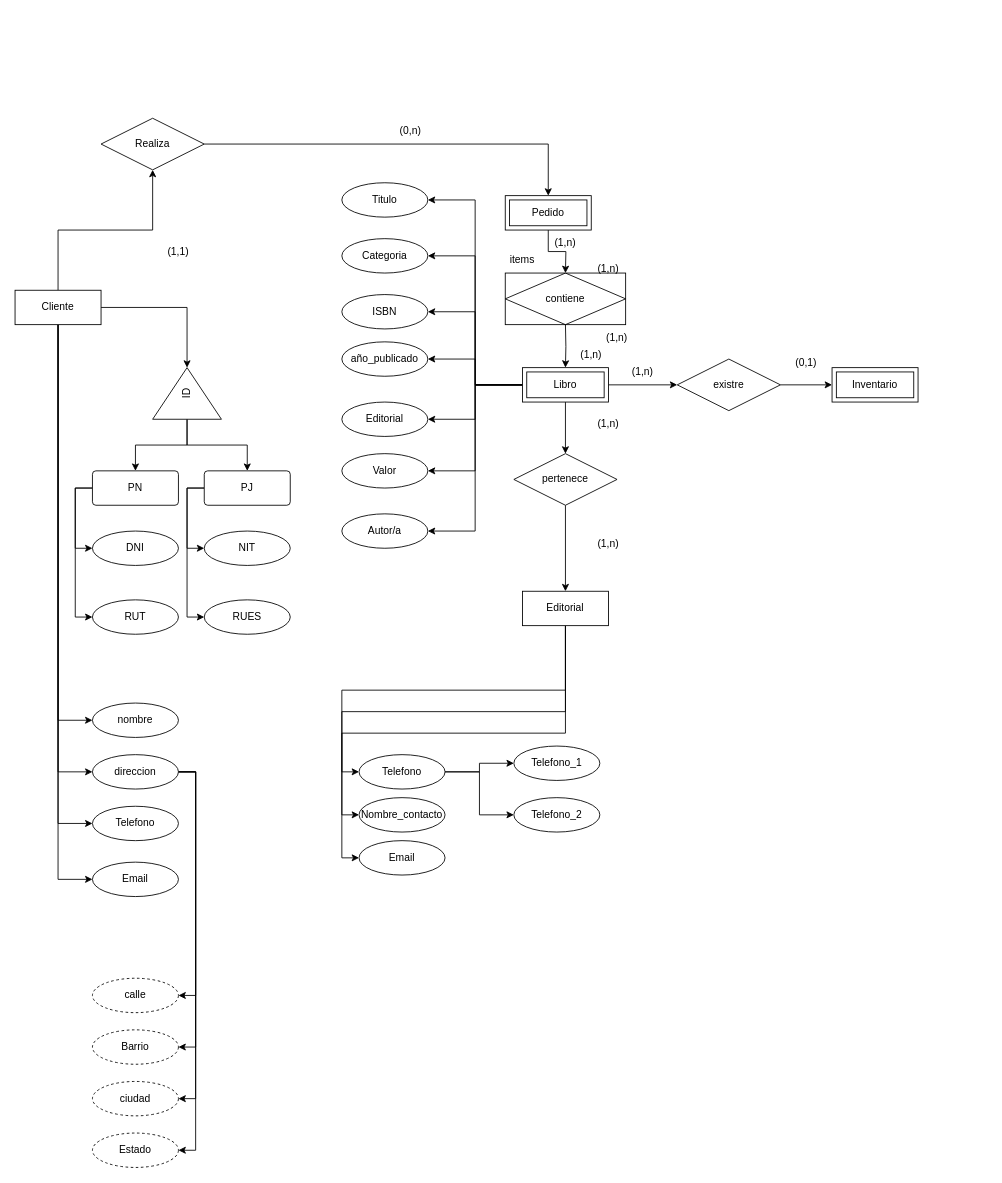
The draw.io diagram Manejo de bases de datos.drawio in lucaperez123/CursoAlura, before the edit. Source tidied: cells renumbered, new cells numbered last; positions are measured from the earlier drawing's top-left corner, leaving out a move shared by most shapes. Both pictures are drawn from the tidied source at 86%, with x=0, y=0 at pixel (15, 118).
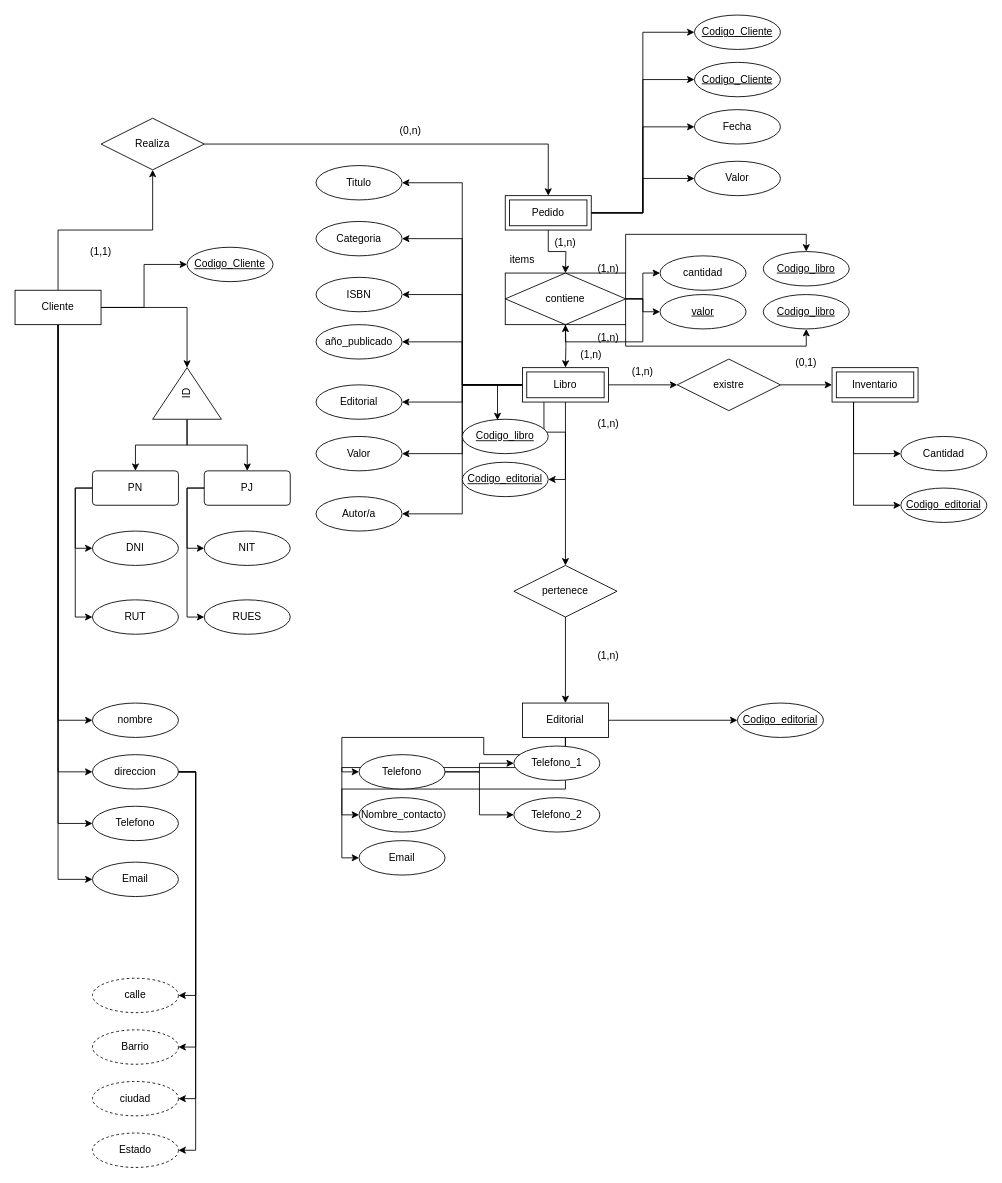
After the change.

Commit message:
colocamos las llaves de atributos

The change refers to these unchanged cells:
```xml
<mxCell id="8" value="Cliente" style="whiteSpace=wrap;html=1;align=center;" parent="1" vertex="1">
  <mxGeometry y="200" width="100" height="40" as="geometry" />
</mxCell>
<mxCell id="10" value="Pedido" style="shape=ext;margin=3;double=1;whiteSpace=wrap;html=1;align=center;" parent="1" vertex="1">
  <mxGeometry x="570" y="90" width="100" height="40" as="geometry" />
</mxCell>
<mxCell id="24" value="Libro" style="shape=ext;margin=3;double=1;whiteSpace=wrap;html=1;align=center;" parent="1" vertex="1">
  <mxGeometry x="590" y="290" width="100" height="40" as="geometry" />
</mxCell>
<mxCell id="25" value="Inventario" style="shape=ext;margin=3;double=1;whiteSpace=wrap;html=1;align=center;" parent="1" vertex="1">
  <mxGeometry x="950" y="290" width="100" height="40" as="geometry" />
</mxCell>
<mxCell id="41" value="contiene" style="shape=associativeEntity;whiteSpace=wrap;html=1;align=center;" parent="1" vertex="1">
  <mxGeometry x="570" y="180" width="140" height="60" as="geometry" />
</mxCell>
```

The edit, as a diff of the source:
```diff
@@
+    <mxCell id="85" style="edgeStyle=orthogonalEdgeStyle;rounded=0;jettySize=auto;html=1;exitX=1;exitY=0.5;exitDx=0;exitDy=0;entryX=0;entryY=0.5;entryDx=0;entryDy=0;" parent="1" edge="1" source="8" target="98">
+      <mxGeometry relative="1" as="geometry" />
+    </mxCell>
@@
+    <mxCell id="86" style="edgeStyle=orthogonalEdgeStyle;rounded=0;jettySize=auto;html=1;exitX=1;exitY=0.5;exitDx=0;exitDy=0;entryX=0;entryY=0.5;entryDx=0;entryDy=0;" parent="1" edge="1" source="10" target="100">
+      <mxGeometry relative="1" as="geometry" />
+    </mxCell>
+    <mxCell id="87" style="edgeStyle=orthogonalEdgeStyle;rounded=0;jettySize=auto;html=1;exitX=1;exitY=0.5;exitDx=0;exitDy=0;entryX=0;entryY=0.5;entryDx=0;entryDy=0;" parent="1" edge="1" source="10" target="101">
+      <mxGeometry relative="1" as="geometry" />
+    </mxCell>
+    <mxCell id="88" style="edgeStyle=orthogonalEdgeStyle;rounded=0;jettySize=auto;html=1;exitX=1;exitY=0.5;exitDx=0;exitDy=0;entryX=0;entryY=0.5;entryDx=0;entryDy=0;" parent="1" edge="1" source="10" target="102">
+      <mxGeometry relative="1" as="geometry" />
+    </mxCell>
+    <mxCell id="89" style="edgeStyle=orthogonalEdgeStyle;rounded=0;jettySize=auto;html=1;exitX=1;exitY=0.5;exitDx=0;exitDy=0;entryX=0;entryY=0.5;entryDx=0;entryDy=0;" parent="1" edge="1" source="10" target="99">
+      <mxGeometry relative="1" as="geometry" />
+    </mxCell>
@@
+    <mxCell id="90" style="edgeStyle=orthogonalEdgeStyle;rounded=0;jettySize=auto;html=1;exitX=1;exitY=0.5;exitDx=0;exitDy=0;entryX=0;entryY=0.5;entryDx=0;entryDy=0;" parent="1" edge="1" source="14" target="103">
+      <mxGeometry relative="1" as="geometry" />
+    </mxCell>
     <mxCell id="14" value="Editorial" style="whiteSpace=wrap;html=1;align=center;" parent="1" vertex="1">
-      <mxGeometry x="590" y="550" width="100" height="40" as="geometry" />
+      <mxGeometry x="590" y="680" width="100" height="40" as="geometry" />
     </mxCell>
@@
+    <mxCell id="91" style="edgeStyle=orthogonalEdgeStyle;rounded=0;jettySize=auto;html=1;exitX=0.25;exitY=1;exitDx=0;exitDy=0;entryX=1;entryY=0.5;entryDx=0;entryDy=0;" parent="1" edge="1" source="24" target="108">
+      <mxGeometry relative="1" as="geometry" />
+    </mxCell>
@@
+    <mxCell id="92" style="edgeStyle=orthogonalEdgeStyle;rounded=0;jettySize=auto;html=1;exitX=0.25;exitY=1;exitDx=0;exitDy=0;entryX=0;entryY=0.5;entryDx=0;entryDy=0;" parent="1" edge="1" source="25" target="105">
+      <mxGeometry relative="1" as="geometry" />
+    </mxCell>
+    <mxCell id="93" style="edgeStyle=orthogonalEdgeStyle;rounded=0;jettySize=auto;html=1;exitX=0.25;exitY=1;exitDx=0;exitDy=0;entryX=0;entryY=0.5;entryDx=0;entryDy=0;" parent="1" edge="1" source="25" target="104">
+      <mxGeometry relative="1" as="geometry" />
+    </mxCell>
@@
     <mxCell id="28" value="(1,1)" style="text;html=1;align=center;verticalAlign=middle;whiteSpace=wrap;rounded=0;" parent="1" vertex="1">
-      <mxGeometry x="160" y="140" width="60" height="30" as="geometry" />
+      <mxGeometry x="70" y="140" width="60" height="30" as="geometry" />
     </mxCell>
@@
     <mxCell id="34" value="pertenece" style="shape=rhombus;perimeter=rhombusPerimeter;whiteSpace=wrap;html=1;align=center;" parent="1" vertex="1">
-      <mxGeometry x="580" y="390" width="120" height="60" as="geometry" />
+      <mxGeometry x="580" y="520" width="120" height="60" as="geometry" />
     </mxCell>
@@
     <mxCell id="36" value="(1,n)" style="text;html=1;align=center;verticalAlign=middle;whiteSpace=wrap;rounded=0;" parent="1" vertex="1">
-      <mxGeometry x="660" y="480" width="60" height="30" as="geometry" />
+      <mxGeometry x="660" y="610" width="60" height="30" as="geometry" />
     </mxCell>
@@
+    <mxCell id="94" style="edgeStyle=orthogonalEdgeStyle;rounded=0;jettySize=auto;html=1;exitX=1;exitY=0.5;exitDx=0;exitDy=0;entryX=0;entryY=0.5;entryDx=0;entryDy=0;" parent="1" edge="1" source="41" target="106">
+      <mxGeometry relative="1" as="geometry" />
+    </mxCell>
+    <mxCell id="95" style="edgeStyle=orthogonalEdgeStyle;rounded=0;jettySize=auto;html=1;exitX=1;exitY=0.5;exitDx=0;exitDy=0;entryX=0;entryY=0.5;entryDx=0;entryDy=0;" parent="1" edge="1" source="41" target="107">
+      <mxGeometry relative="1" as="geometry" />
+    </mxCell>
+    <mxCell id="96" style="edgeStyle=orthogonalEdgeStyle;rounded=0;jettySize=auto;html=1;exitX=1;exitY=1;exitDx=0;exitDy=0;entryX=0.5;entryY=1;entryDx=0;entryDy=0;" parent="1" edge="1" source="41" target="112">
+      <mxGeometry relative="1" as="geometry" />
+    </mxCell>
+    <mxCell id="97" style="edgeStyle=orthogonalEdgeStyle;rounded=0;jettySize=auto;html=1;exitX=1;exitY=0;exitDx=0;exitDy=0;entryX=0.5;entryY=0;entryDx=0;entryDy=0;" parent="1" edge="1" source="41" target="111">
+      <mxGeometry relative="1" as="geometry" />
+    </mxCell>
@@
     <mxCell id="44" value="(1,n)" style="text;html=1;align=center;verticalAlign=middle;whiteSpace=wrap;rounded=0;" parent="1" vertex="1">
-      <mxGeometry x="670" y="240" width="60" height="30" as="geometry" />
+      <mxGeometry x="660" y="240" width="60" height="30" as="geometry" />
     </mxCell>
@@
     <mxCell id="71" value="Titulo" style="ellipse;whiteSpace=wrap;html=1;align=center;" parent="1" vertex="1">
-      <mxGeometry x="380" y="75" width="100" height="40" as="geometry" />
+      <mxGeometry x="350" y="55" width="100" height="40" as="geometry" />
     </mxCell>
     <mxCell id="72" value="Categoria" style="ellipse;whiteSpace=wrap;html=1;align=center;" parent="1" vertex="1">
-      <mxGeometry x="380" y="140" width="100" height="40" as="geometry" />
+      <mxGeometry x="350" y="120" width="100" height="40" as="geometry" />
     </mxCell>
     <mxCell id="73" value="ISBN" style="ellipse;whiteSpace=wrap;html=1;align=center;" parent="1" vertex="1">
-      <mxGeometry x="380" y="205" width="100" height="40" as="geometry" />
+      <mxGeometry x="350" y="185" width="100" height="40" as="geometry" />
     </mxCell>
     <mxCell id="74" value="año_publicado" style="ellipse;whiteSpace=wrap;html=1;align=center;" parent="1" vertex="1">
-      <mxGeometry x="380" y="260" width="100" height="40" as="geometry" />
+      <mxGeometry x="350" y="240" width="100" height="40" as="geometry" />
     </mxCell>
     <mxCell id="75" value="Editorial" style="ellipse;whiteSpace=wrap;html=1;align=center;" parent="1" vertex="1">
-      <mxGeometry x="380" y="330" width="100" height="40" as="geometry" />
+      <mxGeometry x="350" y="310" width="100" height="40" as="geometry" />
     </mxCell>
     <mxCell id="76" value="Valor" style="ellipse;whiteSpace=wrap;html=1;align=center;" parent="1" vertex="1">
-      <mxGeometry x="380" y="390" width="100" height="40" as="geometry" />
+      <mxGeometry x="350" y="370" width="100" height="40" as="geometry" />
     </mxCell>
     <mxCell id="77" value="Autor/a" style="ellipse;whiteSpace=wrap;html=1;align=center;" parent="1" vertex="1">
-      <mxGeometry x="380" y="460" width="100" height="40" as="geometry" />
+      <mxGeometry x="350" y="440" width="100" height="40" as="geometry" />
     </mxCell>
@@
+    <mxCell id="98" value="Codigo_Cliente" style="ellipse;whiteSpace=wrap;html=1;align=center;fontStyle=4;" parent="1" vertex="1">
+      <mxGeometry x="200" y="150" width="100" height="40" as="geometry" />
+    </mxCell>
+    <mxCell id="99" value="Codigo_Cliente" style="ellipse;whiteSpace=wrap;html=1;align=center;fontStyle=4;" parent="1" vertex="1">
+      <mxGeometry x="790" y="-120" width="100" height="40" as="geometry" />
+    </mxCell>
+    <mxCell id="100" value="Codigo_Cliente" style="ellipse;whiteSpace=wrap;html=1;align=center;fontStyle=4;" parent="1" vertex="1">
+      <mxGeometry x="790" y="-65" width="100" height="40" as="geometry" />
+    </mxCell>
+    <mxCell id="101" value="Fecha" style="ellipse;whiteSpace=wrap;html=1;align=center;" parent="1" vertex="1">
+      <mxGeometry x="790" y="-10" width="100" height="40" as="geometry" />
+    </mxCell>
+    <mxCell id="102" value="Valor" style="ellipse;whiteSpace=wrap;html=1;align=center;" parent="1" vertex="1">
+      <mxGeometry x="790" y="50" width="100" height="40" as="geometry" />
+    </mxCell>
+    <mxCell id="103" value="Codigo_editorial" style="ellipse;whiteSpace=wrap;html=1;align=center;fontStyle=4;" parent="1" vertex="1">
+      <mxGeometry x="840" y="680" width="100" height="40" as="geometry" />
+    </mxCell>
+    <mxCell id="104" value="Codigo_editorial" style="ellipse;whiteSpace=wrap;html=1;align=center;fontStyle=4;" parent="1" vertex="1">
+      <mxGeometry x="1030" y="430" width="100" height="40" as="geometry" />
+    </mxCell>
+    <mxCell id="105" value="Cantidad" style="ellipse;whiteSpace=wrap;html=1;align=center;" parent="1" vertex="1">
+      <mxGeometry x="1030" y="370" width="100" height="40" as="geometry" />
+    </mxCell>
+    <mxCell id="106" value="cantidad" style="ellipse;whiteSpace=wrap;html=1;align=center;" parent="1" vertex="1">
+      <mxGeometry x="750" y="160" width="100" height="40" as="geometry" />
+    </mxCell>
+    <mxCell id="107" value="valor" style="ellipse;whiteSpace=wrap;html=1;align=center;fontStyle=4;" parent="1" vertex="1">
+      <mxGeometry x="750" y="205" width="100" height="40" as="geometry" />
+    </mxCell>
+    <mxCell id="108" value="Codigo_editorial" style="ellipse;whiteSpace=wrap;html=1;align=center;fontStyle=4;" parent="1" vertex="1">
+      <mxGeometry x="520" y="400" width="100" height="40" as="geometry" />
+    </mxCell>
+    <mxCell id="109" value="Codigo_libro" style="ellipse;whiteSpace=wrap;html=1;align=center;fontStyle=4;" parent="1" vertex="1">
+      <mxGeometry x="520" y="350" width="100" height="40" as="geometry" />
+    </mxCell>
+    <mxCell id="110" style="edgeStyle=orthogonalEdgeStyle;rounded=0;jettySize=auto;html=1;exitX=0;exitY=0.5;exitDx=0;exitDy=0;entryX=0.41;entryY=0.025;entryDx=0;entryDy=0;entryPerimeter=0;" parent="1" edge="1" source="24" target="109">
+      <mxGeometry relative="1" as="geometry" />
+    </mxCell>
+    <mxCell id="111" value="Codigo_libro" style="ellipse;whiteSpace=wrap;html=1;align=center;fontStyle=4;" parent="1" vertex="1">
+      <mxGeometry x="870" y="155" width="100" height="40" as="geometry" />
+    </mxCell>
+    <mxCell id="112" value="Codigo_libro" style="ellipse;whiteSpace=wrap;html=1;align=center;fontStyle=4;" parent="1" vertex="1">
+      <mxGeometry x="870" y="205" width="100" height="40" as="geometry" />
+    </mxCell>
+    <mxCell id="113" style="edgeStyle=orthogonalEdgeStyle;rounded=0;orthogonalLoop=1;jettySize=auto;html=1;exitX=1;exitY=0.5;exitDx=0;exitDy=0;" parent="1" edge="1" source="41" target="41">
+      <mxGeometry relative="1" as="geometry" />
+    </mxCell>
```
